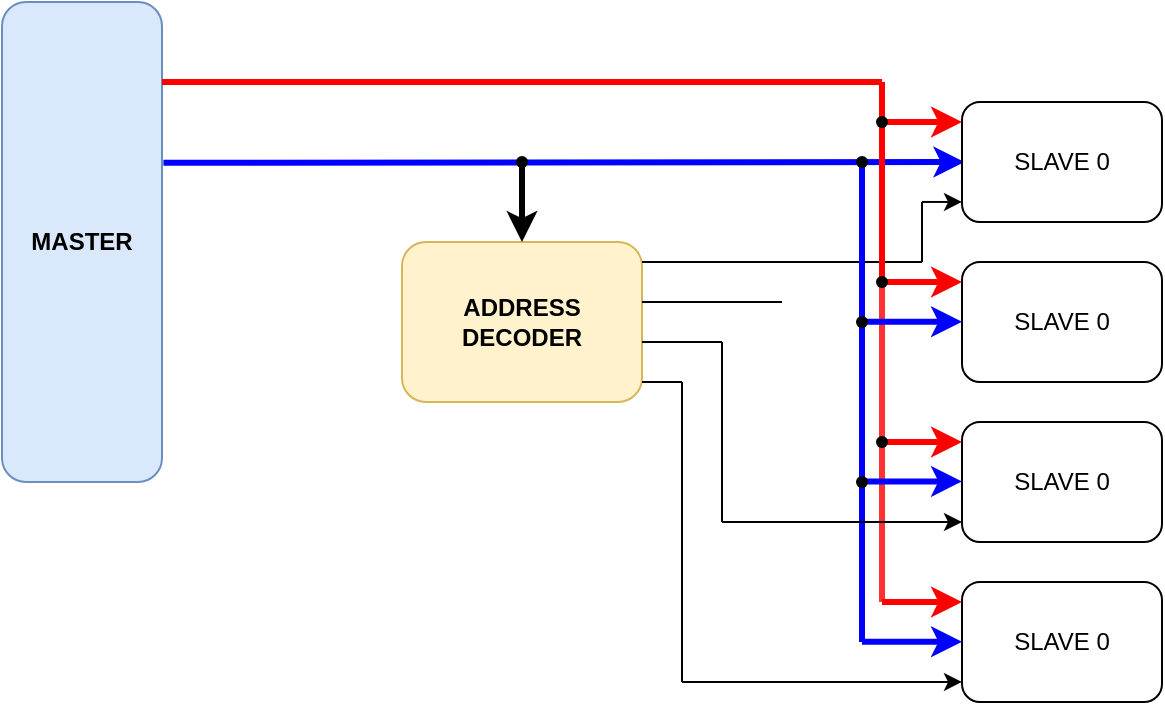
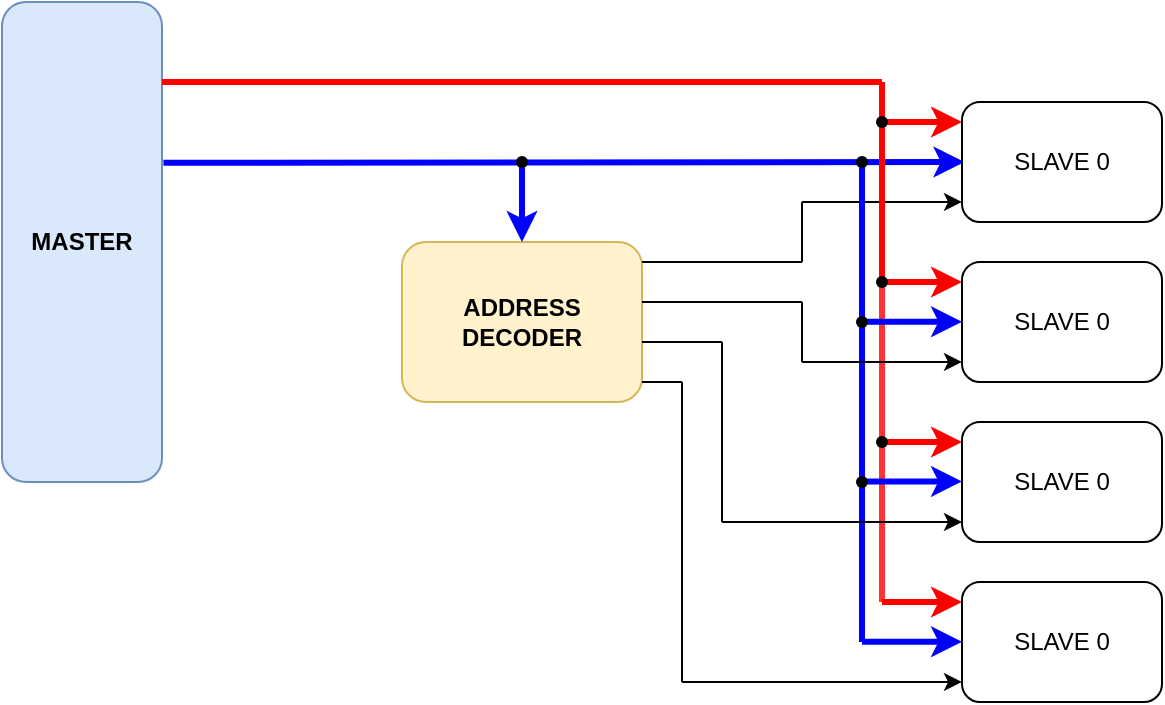
<mxfile host="app.diagrams.net" agent="Mozilla/5.0 (Windows NT 10.0; Win64; x64) AppleWebKit/537.36 (KHTML, like Gecko) Chrome/144.0.0.0 Safari/537.36 Edg/144.0.0.0" pages="4">
  <diagram id="00dOMP4ly3Yvcw6Omt_P" name="AHB Block Diagram">
-     <mxGraphModel dx="255" dy="368" grid="1" gridSize="10" guides="1" tooltips="1" connect="1" arrows="1" fold="1" page="1" pageScale="1" pageWidth="850" pageHeight="1100" math="0" shadow="0">
+     <mxGraphModel dx="364" dy="526" grid="1" gridSize="10" guides="1" tooltips="1" connect="1" arrows="1" fold="1" page="1" pageScale="1" pageWidth="850" pageHeight="1100" math="0" shadow="0">
      <root>
        <mxCell id="0" />
        <mxCell id="1" parent="0" />
        <mxCell id="WVtcaOnAu4kVJNJomXHp-1" parent="1" style="rounded=1;whiteSpace=wrap;html=1;fillColor=#dae8fc;strokeColor=#6c8ebf;" value="&lt;b&gt;MASTER&lt;/b&gt;" vertex="1">
          <mxGeometry height="240" width="80" x="80" y="160" as="geometry" />
        </mxCell>
        <mxCell id="WVtcaOnAu4kVJNJomXHp-3" parent="1" style="rounded=1;whiteSpace=wrap;html=1;fillColor=#fff2cc;strokeColor=#d6b656;" value="&lt;b&gt;ADDRESS DECODER&lt;/b&gt;" vertex="1">
          <mxGeometry height="80" width="120" x="280" y="280" as="geometry" />
        </mxCell>
        <mxCell id="WVtcaOnAu4kVJNJomXHp-4" edge="1" parent="1" source="WVtcaOnAu4kVJNJomXHp-1" style="endArrow=classic;html=1;rounded=0;exitX=1.009;exitY=0.335;exitDx=0;exitDy=0;exitPerimeter=0;strokeWidth=3;strokeColor=#0000FF;" value="">
          <mxGeometry height="50" relative="1" width="50" as="geometry">
            <mxPoint x="170" y="240" as="sourcePoint" />
            <mxPoint x="561.2" y="240" as="targetPoint" />
          </mxGeometry>
        </mxCell>
-         <mxCell id="WVtcaOnAu4kVJNJomXHp-5" edge="1" parent="1" source="WVtcaOnAu4kVJNJomXHp-6" style="endArrow=classic;html=1;rounded=0;entryX=0.5;entryY=0;entryDx=0;entryDy=0;strokeWidth=3;" target="WVtcaOnAu4kVJNJomXHp-3" value="">
+         <mxCell id="WVtcaOnAu4kVJNJomXHp-5" edge="1" parent="1" source="WVtcaOnAu4kVJNJomXHp-6" style="endArrow=classic;html=1;rounded=0;entryX=0.5;entryY=0;entryDx=0;entryDy=0;strokeWidth=3;strokeColor=#0000FF;" target="WVtcaOnAu4kVJNJomXHp-3" value="">
          <mxGeometry height="50" relative="1" width="50" as="geometry">
            <mxPoint x="340" y="240" as="sourcePoint" />
            <mxPoint x="390" y="190" as="targetPoint" />
          </mxGeometry>
        </mxCell>
        <mxCell id="WVtcaOnAu4kVJNJomXHp-6" parent="1" style="shape=waypoint;sketch=0;fillStyle=solid;size=6;pointerEvents=1;points=[];fillColor=none;resizable=0;rotatable=0;perimeter=centerPerimeter;snapToPoint=1;" value="" vertex="1">
          <mxGeometry height="20" width="20" x="330" y="230" as="geometry" />
        </mxCell>
        <mxCell id="WVtcaOnAu4kVJNJomXHp-7" parent="1" style="rounded=1;whiteSpace=wrap;html=1;" value="SLAVE 0" vertex="1">
          <mxGeometry height="60" width="100" x="560" y="210" as="geometry" />
        </mxCell>
        <mxCell id="WVtcaOnAu4kVJNJomXHp-8" parent="1" style="rounded=1;whiteSpace=wrap;html=1;" value="SLAVE 0" vertex="1">
          <mxGeometry height="60" width="100" x="560" y="290" as="geometry" />
        </mxCell>
        <mxCell id="WVtcaOnAu4kVJNJomXHp-9" parent="1" style="rounded=1;whiteSpace=wrap;html=1;" value="SLAVE 0" vertex="1">
          <mxGeometry height="60" width="100" x="560" y="370" as="geometry" />
        </mxCell>
        <mxCell id="WVtcaOnAu4kVJNJomXHp-10" parent="1" style="rounded=1;whiteSpace=wrap;html=1;" value="SLAVE 0" vertex="1">
          <mxGeometry height="60" width="100" x="560" y="450" as="geometry" />
        </mxCell>
        <mxCell id="WVtcaOnAu4kVJNJomXHp-11" edge="1" parent="1" source="WVtcaOnAu4kVJNJomXHp-3" style="endArrow=none;html=1;rounded=0;exitX=1;exitY=0.125;exitDx=0;exitDy=0;exitPerimeter=0;" value="">
          <mxGeometry height="50" relative="1" width="50" as="geometry">
            <mxPoint x="410" y="290" as="sourcePoint" />
-             <mxPoint x="540" y="290" as="targetPoint" />
+             <mxPoint x="480" y="290" as="targetPoint" />
          </mxGeometry>
        </mxCell>
        <mxCell id="WVtcaOnAu4kVJNJomXHp-12" edge="1" parent="1" style="endArrow=none;html=1;rounded=0;" value="">
          <mxGeometry height="50" relative="1" width="50" as="geometry">
-             <mxPoint x="540" y="290" as="sourcePoint" />
-             <mxPoint x="540" y="260" as="targetPoint" />
+             <mxPoint x="480" y="290" as="sourcePoint" />
+             <mxPoint x="480" y="260" as="targetPoint" />
          </mxGeometry>
        </mxCell>
        <mxCell id="WVtcaOnAu4kVJNJomXHp-13" edge="1" parent="1" style="endArrow=classic;html=1;rounded=0;entryX=0;entryY=0.833;entryDx=0;entryDy=0;entryPerimeter=0;" target="WVtcaOnAu4kVJNJomXHp-7" value="">
          <mxGeometry height="50" relative="1" width="50" as="geometry">
-             <mxPoint x="540" y="259.98" as="sourcePoint" />
+             <mxPoint x="480" y="260" as="sourcePoint" />
            <mxPoint x="540" y="260" as="targetPoint" />
          </mxGeometry>
        </mxCell>
        <mxCell id="WVtcaOnAu4kVJNJomXHp-18" edge="1" parent="1" style="endArrow=none;html=1;rounded=0;strokeWidth=3;strokeColor=#FF0000;" value="">
          <mxGeometry height="50" relative="1" width="50" as="geometry">
            <mxPoint x="160" y="200" as="sourcePoint" />
            <mxPoint x="520" y="200" as="targetPoint" />
          </mxGeometry>
        </mxCell>
        <mxCell id="WVtcaOnAu4kVJNJomXHp-19" edge="1" parent="1" source="WVtcaOnAu4kVJNJomXHp-25" style="endArrow=none;html=1;rounded=0;strokeWidth=3;strokeColor=#FF0000;" value="">
          <mxGeometry height="50" relative="1" width="50" as="geometry">
            <mxPoint x="520" y="380" as="sourcePoint" />
            <mxPoint x="520" y="200" as="targetPoint" />
          </mxGeometry>
        </mxCell>
        <mxCell id="WVtcaOnAu4kVJNJomXHp-20" edge="1" parent="1" style="endArrow=classic;html=1;rounded=0;entryX=0;entryY=0.167;entryDx=0;entryDy=0;entryPerimeter=0;strokeWidth=3;strokeColor=#FF0000;" target="WVtcaOnAu4kVJNJomXHp-7" value="">
          <mxGeometry height="50" relative="1" width="50" as="geometry">
            <mxPoint x="520" y="220" as="sourcePoint" />
            <mxPoint x="570" y="170" as="targetPoint" />
          </mxGeometry>
        </mxCell>
        <mxCell id="WVtcaOnAu4kVJNJomXHp-22" edge="1" parent="1" style="endArrow=classic;html=1;rounded=0;entryX=0;entryY=0.167;entryDx=0;entryDy=0;entryPerimeter=0;strokeWidth=3;strokeColor=#FF0000;" value="">
          <mxGeometry height="50" relative="1" width="50" as="geometry">
            <mxPoint x="520" y="300" as="sourcePoint" />
            <mxPoint x="560" y="300" as="targetPoint" />
          </mxGeometry>
        </mxCell>
        <mxCell id="WVtcaOnAu4kVJNJomXHp-23" parent="1" style="shape=waypoint;sketch=0;fillStyle=solid;size=6;pointerEvents=1;points=[];fillColor=none;resizable=0;rotatable=0;perimeter=centerPerimeter;snapToPoint=1;" value="" vertex="1">
          <mxGeometry height="20" width="20" x="510" y="210" as="geometry" />
        </mxCell>
        <mxCell id="WVtcaOnAu4kVJNJomXHp-24" edge="1" parent="1" style="endArrow=classic;html=1;rounded=0;entryX=0;entryY=0.167;entryDx=0;entryDy=0;entryPerimeter=0;strokeWidth=3;strokeColor=#FF0000;" value="">
          <mxGeometry height="50" relative="1" width="50" as="geometry">
            <mxPoint x="520" y="380" as="sourcePoint" />
            <mxPoint x="560" y="380" as="targetPoint" />
          </mxGeometry>
        </mxCell>
        <mxCell id="WVtcaOnAu4kVJNJomXHp-26" edge="1" parent="1" style="endArrow=none;html=1;rounded=0;strokeWidth=3;strokeColor=#FF3333;" target="WVtcaOnAu4kVJNJomXHp-25" value="">
          <mxGeometry height="50" relative="1" width="50" as="geometry">
            <mxPoint x="520" y="460" as="sourcePoint" />
            <mxPoint x="520" y="200" as="targetPoint" />
          </mxGeometry>
        </mxCell>
        <mxCell id="WVtcaOnAu4kVJNJomXHp-25" parent="1" style="shape=waypoint;sketch=0;fillStyle=solid;size=6;pointerEvents=1;points=[];fillColor=none;resizable=0;rotatable=0;perimeter=centerPerimeter;snapToPoint=1;" value="" vertex="1">
          <mxGeometry height="20" width="20" x="510" y="290" as="geometry" />
        </mxCell>
        <mxCell id="WVtcaOnAu4kVJNJomXHp-27" edge="1" parent="1" style="endArrow=none;html=1;rounded=0;strokeWidth=3;strokeColor=#0000FF;" target="WVtcaOnAu4kVJNJomXHp-30" value="">
          <mxGeometry height="50" relative="1" width="50" as="geometry">
            <mxPoint x="510" y="480" as="sourcePoint" />
            <mxPoint x="510" y="240" as="targetPoint" />
          </mxGeometry>
        </mxCell>
        <mxCell id="WVtcaOnAu4kVJNJomXHp-28" edge="1" parent="1" style="endArrow=classic;html=1;rounded=0;entryX=0;entryY=0.167;entryDx=0;entryDy=0;entryPerimeter=0;strokeWidth=3;strokeColor=#0000FF;" value="">
          <mxGeometry height="50" relative="1" width="50" as="geometry">
            <mxPoint x="510" y="399.72" as="sourcePoint" />
            <mxPoint x="560" y="399.72" as="targetPoint" />
          </mxGeometry>
        </mxCell>
        <mxCell id="WVtcaOnAu4kVJNJomXHp-29" edge="1" parent="1" style="endArrow=classic;html=1;rounded=0;entryX=0;entryY=0.167;entryDx=0;entryDy=0;entryPerimeter=0;strokeWidth=3;strokeColor=#0000FF;" value="">
          <mxGeometry height="50" relative="1" width="50" as="geometry">
            <mxPoint x="510" y="319.86" as="sourcePoint" />
            <mxPoint x="560" y="319.86" as="targetPoint" />
          </mxGeometry>
        </mxCell>
        <mxCell id="WVtcaOnAu4kVJNJomXHp-30" parent="1" style="shape=waypoint;sketch=0;fillStyle=solid;size=6;pointerEvents=1;points=[];fillColor=none;resizable=0;rotatable=0;perimeter=centerPerimeter;snapToPoint=1;" value="" vertex="1">
          <mxGeometry height="20" width="20" x="500.0000000000001" y="230" as="geometry" />
        </mxCell>
        <mxCell id="WVtcaOnAu4kVJNJomXHp-31" parent="1" style="shape=waypoint;sketch=0;fillStyle=solid;size=6;pointerEvents=1;points=[];fillColor=none;resizable=0;rotatable=0;perimeter=centerPerimeter;snapToPoint=1;" value="" vertex="1">
          <mxGeometry height="20" width="20" x="500" y="310" as="geometry" />
        </mxCell>
        <mxCell id="WVtcaOnAu4kVJNJomXHp-32" edge="1" parent="1" style="endArrow=classic;html=1;rounded=0;entryX=0;entryY=0.167;entryDx=0;entryDy=0;entryPerimeter=0;strokeWidth=3;strokeColor=#FF0000;" value="">
          <mxGeometry height="50" relative="1" width="50" as="geometry">
            <mxPoint x="520" y="460" as="sourcePoint" />
            <mxPoint x="560" y="460" as="targetPoint" />
          </mxGeometry>
        </mxCell>
        <mxCell id="WVtcaOnAu4kVJNJomXHp-33" edge="1" parent="1" style="endArrow=classic;html=1;rounded=0;entryX=0;entryY=0.167;entryDx=0;entryDy=0;entryPerimeter=0;strokeWidth=3;strokeColor=#0000FF;" value="">
          <mxGeometry height="50" relative="1" width="50" as="geometry">
            <mxPoint x="510" y="479.88" as="sourcePoint" />
            <mxPoint x="560" y="479.88" as="targetPoint" />
          </mxGeometry>
        </mxCell>
        <mxCell id="WVtcaOnAu4kVJNJomXHp-34" parent="1" style="shape=waypoint;sketch=0;fillStyle=solid;size=6;pointerEvents=1;points=[];fillColor=none;resizable=0;rotatable=0;perimeter=centerPerimeter;snapToPoint=1;" value="" vertex="1">
          <mxGeometry height="20" width="20" x="510" y="370" as="geometry" />
        </mxCell>
        <mxCell id="WVtcaOnAu4kVJNJomXHp-35" parent="1" style="shape=waypoint;sketch=0;fillStyle=solid;size=6;pointerEvents=1;points=[];fillColor=none;resizable=0;rotatable=0;perimeter=centerPerimeter;snapToPoint=1;" value="" vertex="1">
          <mxGeometry height="20" width="20" x="500" y="390" as="geometry" />
        </mxCell>
        <mxCell id="WVtcaOnAu4kVJNJomXHp-38" edge="1" parent="1" style="endArrow=none;html=1;rounded=0;" value="">
          <mxGeometry height="50" relative="1" width="50" as="geometry">
            <mxPoint x="400" y="310" as="sourcePoint" />
-             <mxPoint x="470" y="310" as="targetPoint" />
+             <mxPoint x="480" y="310" as="targetPoint" />
          </mxGeometry>
        </mxCell>
        <mxCell id="WVtcaOnAu4kVJNJomXHp-39" edge="1" parent="1" style="endArrow=none;html=1;rounded=0;" value="">
          <mxGeometry height="50" relative="1" width="50" as="geometry">
            <mxPoint x="400" y="330" as="sourcePoint" />
            <mxPoint x="440" y="330" as="targetPoint" />
          </mxGeometry>
        </mxCell>
        <mxCell id="WVtcaOnAu4kVJNJomXHp-40" edge="1" parent="1" style="endArrow=none;html=1;rounded=0;" value="">
          <mxGeometry height="50" relative="1" width="50" as="geometry">
            <mxPoint x="400" y="350" as="sourcePoint" />
            <mxPoint x="420" y="350" as="targetPoint" />
          </mxGeometry>
        </mxCell>
        <mxCell id="WVtcaOnAu4kVJNJomXHp-41" edge="1" parent="1" style="endArrow=none;html=1;rounded=0;" value="">
          <mxGeometry height="50" relative="1" width="50" as="geometry">
            <mxPoint x="420" y="500" as="sourcePoint" />
            <mxPoint x="420" y="350" as="targetPoint" />
          </mxGeometry>
        </mxCell>
        <mxCell id="WVtcaOnAu4kVJNJomXHp-42" edge="1" parent="1" style="endArrow=classic;html=1;rounded=0;entryX=0;entryY=0.833;entryDx=0;entryDy=0;entryPerimeter=0;" target="WVtcaOnAu4kVJNJomXHp-10" value="">
          <mxGeometry height="50" relative="1" width="50" as="geometry">
            <mxPoint x="420" y="500" as="sourcePoint" />
            <mxPoint x="470" y="450" as="targetPoint" />
          </mxGeometry>
        </mxCell>
        <mxCell id="WVtcaOnAu4kVJNJomXHp-43" edge="1" parent="1" style="endArrow=none;html=1;rounded=0;" value="">
          <mxGeometry height="50" relative="1" width="50" as="geometry">
            <mxPoint x="440" y="420" as="sourcePoint" />
            <mxPoint x="440" y="330" as="targetPoint" />
          </mxGeometry>
        </mxCell>
        <mxCell id="WVtcaOnAu4kVJNJomXHp-44" edge="1" parent="1" style="endArrow=classic;html=1;rounded=0;entryX=0;entryY=0.833;entryDx=0;entryDy=0;entryPerimeter=0;" value="">
          <mxGeometry height="50" relative="1" width="50" as="geometry">
            <mxPoint x="440" y="420" as="sourcePoint" />
            <mxPoint x="560" y="420" as="targetPoint" />
+           </mxGeometry>
+         </mxCell>
+         <mxCell id="WVtcaOnAu4kVJNJomXHp-45" edge="1" parent="1" style="endArrow=none;html=1;rounded=0;" value="">
+           <mxGeometry height="50" relative="1" width="50" as="geometry">
+             <mxPoint x="480" y="340" as="sourcePoint" />
+             <mxPoint x="480" y="310" as="targetPoint" />
+           </mxGeometry>
+         </mxCell>
+         <mxCell id="WVtcaOnAu4kVJNJomXHp-46" edge="1" parent="1" style="endArrow=classic;html=1;rounded=0;entryX=0;entryY=0.833;entryDx=0;entryDy=0;entryPerimeter=0;" target="WVtcaOnAu4kVJNJomXHp-8" value="">
+           <mxGeometry height="50" relative="1" width="50" as="geometry">
+             <mxPoint x="480" y="340" as="sourcePoint" />
+             <mxPoint x="550" y="340" as="targetPoint" />
          </mxGeometry>
        </mxCell>
      </root>
    </mxGraphModel>
  </diagram>
  <diagram name="AHB Interface" id="AxdGKtdG9Rmgfqjtrl1U">
    <mxGraphModel dx="2046" dy="1106" grid="1" gridSize="10" guides="1" tooltips="1" connect="1" arrows="1" fold="1" page="1" pageScale="1" pageWidth="850" pageHeight="1100" math="0" shadow="0">
      <root>
        <mxCell id="0" />
        <mxCell id="1" parent="0" />
        <mxCell id="BZ9neWvH9tw47nREzwFn-1" parent="1" style="rounded=0;whiteSpace=wrap;html=1;" value="&lt;font style=&quot;font-size: 16px;&quot;&gt;&lt;b&gt;Manager&lt;/b&gt;&lt;/font&gt;" vertex="1">
          <mxGeometry height="200" width="120" x="400" y="80" as="geometry" />
        </mxCell>
        <mxCell id="BZ9neWvH9tw47nREzwFn-2" edge="1" parent="1" style="endArrow=classic;html=1;rounded=0;" value="">
          <mxGeometry height="50" relative="1" width="50" as="geometry">
            <mxPoint x="360" y="100" as="sourcePoint" />
            <mxPoint x="400" y="100" as="targetPoint" />
          </mxGeometry>
        </mxCell>
        <mxCell id="BZ9neWvH9tw47nREzwFn-3" edge="1" parent="1" style="endArrow=classic;html=1;rounded=0;" value="">
          <mxGeometry height="50" relative="1" width="50" as="geometry">
            <mxPoint x="360" y="120" as="sourcePoint" />
            <mxPoint x="400" y="120" as="targetPoint" />
          </mxGeometry>
        </mxCell>
        <mxCell id="BZ9neWvH9tw47nREzwFn-4" parent="1" style="text;html=1;whiteSpace=wrap;strokeColor=none;fillColor=none;align=center;verticalAlign=middle;rounded=0;fontStyle=1" value="HCLK" vertex="1">
          <mxGeometry height="20" width="40" x="320" y="90" as="geometry" />
        </mxCell>
        <mxCell id="BZ9neWvH9tw47nREzwFn-5" parent="1" style="text;html=1;whiteSpace=wrap;strokeColor=none;fillColor=none;align=center;verticalAlign=middle;rounded=0;fontStyle=1" value="HRESETn" vertex="1">
          <mxGeometry height="20" width="60" x="300" y="110" as="geometry" />
        </mxCell>
        <mxCell id="BZ9neWvH9tw47nREzwFn-6" parent="1" style="text;html=1;whiteSpace=wrap;strokeColor=none;fillColor=none;align=center;verticalAlign=middle;rounded=0;fontStyle=1" value="HREADY" vertex="1">
          <mxGeometry height="20" width="60" x="300" y="150" as="geometry" />
        </mxCell>
        <mxCell id="BZ9neWvH9tw47nREzwFn-7" edge="1" parent="1" style="endArrow=classic;html=1;rounded=0;" value="">
          <mxGeometry height="50" relative="1" width="50" as="geometry">
            <mxPoint x="360" y="160" as="sourcePoint" />
            <mxPoint x="400" y="160" as="targetPoint" />
          </mxGeometry>
        </mxCell>
        <mxCell id="BZ9neWvH9tw47nREzwFn-8" edge="1" parent="1" style="endArrow=classic;html=1;rounded=0;" value="">
          <mxGeometry height="50" relative="1" width="50" as="geometry">
            <mxPoint x="360" y="180" as="sourcePoint" />
            <mxPoint x="400" y="180" as="targetPoint" />
          </mxGeometry>
        </mxCell>
        <mxCell id="BZ9neWvH9tw47nREzwFn-9" parent="1" style="text;html=1;whiteSpace=wrap;strokeColor=none;fillColor=none;align=center;verticalAlign=middle;rounded=0;fontStyle=1" value="HSELx" vertex="1">
          <mxGeometry height="20" width="60" x="310" y="430" as="geometry" />
        </mxCell>
        <mxCell id="BZ9neWvH9tw47nREzwFn-10" edge="1" parent="1" style="endArrow=classic;html=1;rounded=0;" value="">
          <mxGeometry height="50" relative="1" width="50" as="geometry">
            <mxPoint x="360" y="260" as="sourcePoint" />
            <mxPoint x="400" y="260" as="targetPoint" />
          </mxGeometry>
        </mxCell>
        <mxCell id="BZ9neWvH9tw47nREzwFn-11" parent="1" style="text;html=1;whiteSpace=wrap;strokeColor=none;fillColor=none;align=center;verticalAlign=middle;rounded=0;fontStyle=1" value="HRDATA[31:0]" vertex="1">
          <mxGeometry height="20" width="90" x="270" y="250" as="geometry" />
        </mxCell>
        <mxCell id="BZ9neWvH9tw47nREzwFn-12" edge="1" parent="1" style="endArrow=classic;html=1;rounded=0;" value="">
          <mxGeometry height="50" relative="1" width="50" as="geometry">
            <mxPoint x="520" y="99.83" as="sourcePoint" />
            <mxPoint x="560" y="99.83" as="targetPoint" />
          </mxGeometry>
        </mxCell>
        <mxCell id="BZ9neWvH9tw47nREzwFn-13" edge="1" parent="1" style="endArrow=classic;html=1;rounded=0;" value="">
          <mxGeometry height="50" relative="1" width="50" as="geometry">
            <mxPoint x="520" y="119.83" as="sourcePoint" />
            <mxPoint x="560" y="119.83" as="targetPoint" />
          </mxGeometry>
        </mxCell>
        <mxCell id="BZ9neWvH9tw47nREzwFn-14" edge="1" parent="1" style="endArrow=classic;html=1;rounded=0;" value="">
          <mxGeometry height="50" relative="1" width="50" as="geometry">
            <mxPoint x="520" y="159.83" as="sourcePoint" />
            <mxPoint x="560" y="159.83" as="targetPoint" />
          </mxGeometry>
        </mxCell>
        <mxCell id="BZ9neWvH9tw47nREzwFn-15" edge="1" parent="1" style="endArrow=classic;html=1;rounded=0;" value="">
          <mxGeometry height="50" relative="1" width="50" as="geometry">
            <mxPoint x="520" y="140" as="sourcePoint" />
            <mxPoint x="560" y="140" as="targetPoint" />
          </mxGeometry>
        </mxCell>
        <mxCell id="BZ9neWvH9tw47nREzwFn-16" edge="1" parent="1" style="endArrow=classic;html=1;rounded=0;" value="">
          <mxGeometry height="50" relative="1" width="50" as="geometry">
            <mxPoint x="520" y="179.83" as="sourcePoint" />
            <mxPoint x="560" y="179.83" as="targetPoint" />
          </mxGeometry>
        </mxCell>
        <mxCell id="BZ9neWvH9tw47nREzwFn-17" edge="1" parent="1" style="endArrow=classic;html=1;rounded=0;" value="">
          <mxGeometry height="50" relative="1" width="50" as="geometry">
            <mxPoint x="520" y="200" as="sourcePoint" />
            <mxPoint x="560" y="200" as="targetPoint" />
          </mxGeometry>
        </mxCell>
        <mxCell id="BZ9neWvH9tw47nREzwFn-18" parent="1" style="text;html=1;whiteSpace=wrap;strokeColor=none;fillColor=none;align=center;verticalAlign=middle;rounded=0;fontStyle=1" value="HADDR[31:0]" vertex="1">
          <mxGeometry height="20" width="80" x="560" y="90" as="geometry" />
        </mxCell>
        <mxCell id="BZ9neWvH9tw47nREzwFn-19" parent="1" style="text;html=1;whiteSpace=wrap;strokeColor=none;fillColor=none;align=center;verticalAlign=middle;rounded=0;fontStyle=1" value="HWRITE" vertex="1">
          <mxGeometry height="20" width="60" x="560" y="110" as="geometry" />
        </mxCell>
        <mxCell id="BZ9neWvH9tw47nREzwFn-20" parent="1" style="text;html=1;whiteSpace=wrap;strokeColor=none;fillColor=none;align=center;verticalAlign=middle;rounded=0;fontStyle=1" value="HSIZE[2:0]" vertex="1">
          <mxGeometry height="20" width="70" x="560" y="130" as="geometry" />
        </mxCell>
        <mxCell id="BZ9neWvH9tw47nREzwFn-21" parent="1" style="text;html=1;whiteSpace=wrap;strokeColor=none;fillColor=none;align=center;verticalAlign=middle;rounded=0;fontStyle=1" value="HBURST[2:0]" vertex="1">
          <mxGeometry height="20" width="80" x="560" y="150" as="geometry" />
        </mxCell>
        <mxCell id="BZ9neWvH9tw47nREzwFn-22" parent="1" style="text;html=1;whiteSpace=wrap;strokeColor=none;fillColor=none;align=center;verticalAlign=middle;rounded=0;fontStyle=1" value="HPROT[3:0]" vertex="1">
          <mxGeometry height="20" width="80" x="560" y="170" as="geometry" />
        </mxCell>
        <mxCell id="BZ9neWvH9tw47nREzwFn-23" parent="1" style="text;html=1;whiteSpace=wrap;strokeColor=none;fillColor=none;align=center;verticalAlign=middle;rounded=0;fontStyle=1" value="HTRANS[1:0]" vertex="1">
          <mxGeometry height="20" width="80" x="560" y="190" as="geometry" />
        </mxCell>
        <mxCell id="BZ9neWvH9tw47nREzwFn-24" edge="1" parent="1" style="endArrow=classic;html=1;rounded=0;" value="">
          <mxGeometry height="50" relative="1" width="50" as="geometry">
            <mxPoint x="520" y="220" as="sourcePoint" />
            <mxPoint x="560" y="220" as="targetPoint" />
          </mxGeometry>
        </mxCell>
        <mxCell id="BZ9neWvH9tw47nREzwFn-25" parent="1" style="text;html=1;whiteSpace=wrap;strokeColor=none;fillColor=none;align=center;verticalAlign=middle;rounded=0;fontStyle=1" value="HMASTLOCK" vertex="1">
          <mxGeometry height="20" width="80" x="560" y="210" as="geometry" />
        </mxCell>
        <mxCell id="BZ9neWvH9tw47nREzwFn-26" edge="1" parent="1" style="endArrow=classic;html=1;rounded=0;" value="">
          <mxGeometry height="50" relative="1" width="50" as="geometry">
            <mxPoint x="520" y="259.8" as="sourcePoint" />
            <mxPoint x="560" y="259.8" as="targetPoint" />
          </mxGeometry>
        </mxCell>
        <mxCell id="BZ9neWvH9tw47nREzwFn-30" parent="1" style="text;html=1;whiteSpace=wrap;strokeColor=none;fillColor=none;align=center;verticalAlign=middle;rounded=0;fontStyle=1" value="HWDATA[31:0]" vertex="1">
          <mxGeometry height="20" width="95" x="555" y="250" as="geometry" />
        </mxCell>
        <mxCell id="BZ9neWvH9tw47nREzwFn-31" parent="1" style="rounded=0;whiteSpace=wrap;html=1;" value="&lt;font style=&quot;font-size: 16px;&quot;&gt;&lt;b&gt;Slave&lt;/b&gt;&lt;/font&gt;" vertex="1">
          <mxGeometry height="320" width="120" x="400" y="360" as="geometry" />
        </mxCell>
        <mxCell id="BZ9neWvH9tw47nREzwFn-32" edge="1" parent="1" style="endArrow=classic;html=1;rounded=0;" value="">
          <mxGeometry height="50" relative="1" width="50" as="geometry">
            <mxPoint x="360" y="489.83" as="sourcePoint" />
            <mxPoint x="400" y="489.83" as="targetPoint" />
          </mxGeometry>
        </mxCell>
        <mxCell id="BZ9neWvH9tw47nREzwFn-33" edge="1" parent="1" style="endArrow=classic;html=1;rounded=0;" value="">
          <mxGeometry height="50" relative="1" width="50" as="geometry">
            <mxPoint x="360" y="509.83" as="sourcePoint" />
            <mxPoint x="400" y="509.83" as="targetPoint" />
          </mxGeometry>
        </mxCell>
        <mxCell id="BZ9neWvH9tw47nREzwFn-34" edge="1" parent="1" style="endArrow=classic;html=1;rounded=0;" value="">
          <mxGeometry height="50" relative="1" width="50" as="geometry">
            <mxPoint x="360" y="549.83" as="sourcePoint" />
            <mxPoint x="400" y="549.83" as="targetPoint" />
          </mxGeometry>
        </mxCell>
        <mxCell id="BZ9neWvH9tw47nREzwFn-35" edge="1" parent="1" style="endArrow=classic;html=1;rounded=0;" value="">
          <mxGeometry height="50" relative="1" width="50" as="geometry">
            <mxPoint x="360" y="530" as="sourcePoint" />
            <mxPoint x="400" y="530" as="targetPoint" />
          </mxGeometry>
        </mxCell>
        <mxCell id="BZ9neWvH9tw47nREzwFn-36" edge="1" parent="1" style="endArrow=classic;html=1;rounded=0;" value="">
          <mxGeometry height="50" relative="1" width="50" as="geometry">
            <mxPoint x="360" y="569.83" as="sourcePoint" />
            <mxPoint x="400" y="569.83" as="targetPoint" />
          </mxGeometry>
        </mxCell>
        <mxCell id="BZ9neWvH9tw47nREzwFn-37" edge="1" parent="1" style="endArrow=classic;html=1;rounded=0;" value="">
          <mxGeometry height="50" relative="1" width="50" as="geometry">
            <mxPoint x="360" y="590" as="sourcePoint" />
            <mxPoint x="400" y="590" as="targetPoint" />
          </mxGeometry>
        </mxCell>
        <mxCell id="BZ9neWvH9tw47nREzwFn-38" parent="1" style="text;html=1;whiteSpace=wrap;strokeColor=none;fillColor=none;align=center;verticalAlign=middle;rounded=0;fontStyle=1" value="HADDR[31:0]" vertex="1">
          <mxGeometry height="20" width="80" x="275" y="480" as="geometry" />
        </mxCell>
        <mxCell id="BZ9neWvH9tw47nREzwFn-39" parent="1" style="text;html=1;whiteSpace=wrap;strokeColor=none;fillColor=none;align=center;verticalAlign=middle;rounded=0;fontStyle=1" value="HWRITE" vertex="1">
          <mxGeometry height="20" width="60" x="275" y="500" as="geometry" />
        </mxCell>
        <mxCell id="BZ9neWvH9tw47nREzwFn-40" parent="1" style="text;html=1;whiteSpace=wrap;strokeColor=none;fillColor=none;align=center;verticalAlign=middle;rounded=0;fontStyle=1" value="HSIZE[2:0]" vertex="1">
          <mxGeometry height="20" width="70" x="275" y="520" as="geometry" />
        </mxCell>
        <mxCell id="BZ9neWvH9tw47nREzwFn-41" parent="1" style="text;html=1;whiteSpace=wrap;strokeColor=none;fillColor=none;align=center;verticalAlign=middle;rounded=0;fontStyle=1" value="HBURST[2:0]" vertex="1">
          <mxGeometry height="20" width="80" x="275" y="540" as="geometry" />
        </mxCell>
        <mxCell id="BZ9neWvH9tw47nREzwFn-42" parent="1" style="text;html=1;whiteSpace=wrap;strokeColor=none;fillColor=none;align=center;verticalAlign=middle;rounded=0;fontStyle=1" value="HPROT[3:0]" vertex="1">
          <mxGeometry height="20" width="80" x="275" y="560" as="geometry" />
        </mxCell>
        <mxCell id="BZ9neWvH9tw47nREzwFn-43" parent="1" style="text;html=1;whiteSpace=wrap;strokeColor=none;fillColor=none;align=center;verticalAlign=middle;rounded=0;fontStyle=1" value="HTRANS[1:0]" vertex="1">
          <mxGeometry height="20" width="80" x="275" y="580" as="geometry" />
        </mxCell>
        <mxCell id="BZ9neWvH9tw47nREzwFn-44" edge="1" parent="1" style="endArrow=classic;html=1;rounded=0;" value="">
          <mxGeometry height="50" relative="1" width="50" as="geometry">
            <mxPoint x="360" y="610" as="sourcePoint" />
            <mxPoint x="400" y="610" as="targetPoint" />
          </mxGeometry>
        </mxCell>
        <mxCell id="BZ9neWvH9tw47nREzwFn-45" parent="1" style="text;html=1;whiteSpace=wrap;strokeColor=none;fillColor=none;align=center;verticalAlign=middle;rounded=0;fontStyle=1" value="HMASTLOCK" vertex="1">
          <mxGeometry height="20" width="80" x="275" y="600" as="geometry" />
        </mxCell>
        <mxCell id="BZ9neWvH9tw47nREzwFn-46" edge="1" parent="1" style="endArrow=classic;html=1;rounded=0;" value="">
          <mxGeometry height="50" relative="1" width="50" as="geometry">
            <mxPoint x="360" y="649.8" as="sourcePoint" />
            <mxPoint x="400" y="649.8" as="targetPoint" />
          </mxGeometry>
        </mxCell>
        <mxCell id="BZ9neWvH9tw47nREzwFn-47" parent="1" style="text;html=1;whiteSpace=wrap;strokeColor=none;fillColor=none;align=center;verticalAlign=middle;rounded=0;fontStyle=1" value="HWDATA[31:0]" vertex="1">
          <mxGeometry height="20" width="95" x="270" y="640" as="geometry" />
        </mxCell>
        <mxCell id="BZ9neWvH9tw47nREzwFn-49" edge="1" parent="1" style="endArrow=classic;html=1;rounded=0;" value="">
          <mxGeometry height="50" relative="1" width="50" as="geometry">
            <mxPoint x="360" y="380" as="sourcePoint" />
            <mxPoint x="400" y="380" as="targetPoint" />
          </mxGeometry>
        </mxCell>
        <mxCell id="BZ9neWvH9tw47nREzwFn-50" edge="1" parent="1" style="endArrow=classic;html=1;rounded=0;" value="">
          <mxGeometry height="50" relative="1" width="50" as="geometry">
            <mxPoint x="360" y="400" as="sourcePoint" />
            <mxPoint x="400" y="400" as="targetPoint" />
          </mxGeometry>
        </mxCell>
        <mxCell id="BZ9neWvH9tw47nREzwFn-51" edge="1" parent="1" style="endArrow=classic;html=1;rounded=0;" value="">
          <mxGeometry height="50" relative="1" width="50" as="geometry">
            <mxPoint x="360" y="440" as="sourcePoint" />
            <mxPoint x="400" y="440" as="targetPoint" />
          </mxGeometry>
        </mxCell>
        <mxCell id="BZ9neWvH9tw47nREzwFn-52" parent="1" style="text;html=1;whiteSpace=wrap;strokeColor=none;fillColor=none;align=center;verticalAlign=middle;rounded=0;fontStyle=1" value="HCLK" vertex="1">
          <mxGeometry height="20" width="40" x="320" y="370" as="geometry" />
        </mxCell>
        <mxCell id="BZ9neWvH9tw47nREzwFn-53" parent="1" style="text;html=1;whiteSpace=wrap;strokeColor=none;fillColor=none;align=center;verticalAlign=middle;rounded=0;fontStyle=1" value="HRESETn" vertex="1">
          <mxGeometry height="20" width="60" x="300" y="390" as="geometry" />
        </mxCell>
        <mxCell id="BZ9neWvH9tw47nREzwFn-54" parent="1" style="shape=curlyBracket;whiteSpace=wrap;html=1;rounded=1;labelPosition=left;verticalLabelPosition=middle;align=right;verticalAlign=middle;" value="" vertex="1">
          <mxGeometry height="35" width="20" x="230" y="90" as="geometry" />
        </mxCell>
        <mxCell id="BZ9neWvH9tw47nREzwFn-55" parent="1" style="text;html=1;whiteSpace=wrap;strokeColor=none;fillColor=none;align=center;verticalAlign=middle;rounded=0;fontStyle=1" value="HRESP" vertex="1">
          <mxGeometry height="20" width="60" x="300" y="170" as="geometry" />
        </mxCell>
        <mxCell id="BZ9neWvH9tw47nREzwFn-56" parent="1" style="shape=curlyBracket;whiteSpace=wrap;html=1;rounded=1;labelPosition=left;verticalLabelPosition=middle;align=right;verticalAlign=middle;" value="" vertex="1">
          <mxGeometry height="140" width="20" x="230" y="480" as="geometry" />
        </mxCell>
        <mxCell id="BZ9neWvH9tw47nREzwFn-57" parent="1" style="shape=curlyBracket;whiteSpace=wrap;html=1;rounded=1;labelPosition=left;verticalLabelPosition=middle;align=right;verticalAlign=middle;rotation=-180;" value="" vertex="1">
          <mxGeometry height="135" width="20" x="650" y="90" as="geometry" />
        </mxCell>
        <mxCell id="BZ9neWvH9tw47nREzwFn-58" parent="1" style="text;html=1;whiteSpace=wrap;strokeColor=none;fillColor=none;align=center;verticalAlign=middle;rounded=0;fontStyle=1" value="&lt;span style=&quot;font-weight: normal;&quot;&gt;Global signals&lt;/span&gt;" vertex="1">
          <mxGeometry height="20" width="90" x="140" y="97.5" as="geometry" />
        </mxCell>
        <mxCell id="BZ9neWvH9tw47nREzwFn-59" parent="1" style="text;html=1;whiteSpace=wrap;strokeColor=none;fillColor=none;align=center;verticalAlign=middle;rounded=0;fontStyle=1" value="&lt;span style=&quot;font-weight: normal;&quot;&gt;Transfer response&lt;/span&gt;" vertex="1">
          <mxGeometry height="20" width="60" x="170" y="157.5" as="geometry" />
        </mxCell>
        <mxCell id="BZ9neWvH9tw47nREzwFn-60" parent="1" style="text;html=1;whiteSpace=wrap;strokeColor=none;fillColor=none;align=center;verticalAlign=middle;rounded=0;fontStyle=1" value="&lt;span style=&quot;font-weight: normal;&quot;&gt;Data&lt;/span&gt;" vertex="1">
          <mxGeometry height="20" width="60" x="170" y="250" as="geometry" />
        </mxCell>
        <mxCell id="BZ9neWvH9tw47nREzwFn-61" parent="1" style="text;html=1;whiteSpace=wrap;strokeColor=none;fillColor=none;align=center;verticalAlign=middle;rounded=0;fontStyle=1" value="&lt;span style=&quot;font-weight: normal;&quot;&gt;Address and control signals&lt;/span&gt;" vertex="1">
          <mxGeometry height="37.5" width="90" x="670" y="140" as="geometry" />
        </mxCell>
        <mxCell id="BZ9neWvH9tw47nREzwFn-62" parent="1" style="shape=curlyBracket;whiteSpace=wrap;html=1;rounded=1;labelPosition=left;verticalLabelPosition=middle;align=right;verticalAlign=middle;" value="" vertex="1">
          <mxGeometry height="35" width="20" x="230" y="150" as="geometry" />
        </mxCell>
        <mxCell id="BZ9neWvH9tw47nREzwFn-63" parent="1" style="text;html=1;whiteSpace=wrap;strokeColor=none;fillColor=none;align=center;verticalAlign=middle;rounded=0;fontStyle=1" value="&lt;span style=&quot;font-weight: normal;&quot;&gt;Address and control signals&lt;/span&gt;" vertex="1">
          <mxGeometry height="37.5" width="90" x="140" y="531" as="geometry" />
        </mxCell>
        <mxCell id="BZ9neWvH9tw47nREzwFn-64" parent="1" style="shape=curlyBracket;whiteSpace=wrap;html=1;rounded=1;labelPosition=left;verticalLabelPosition=middle;align=right;verticalAlign=middle;" value="" vertex="1">
          <mxGeometry height="35" width="20" x="230" y="375" as="geometry" />
        </mxCell>
        <mxCell id="BZ9neWvH9tw47nREzwFn-65" parent="1" style="text;html=1;whiteSpace=wrap;strokeColor=none;fillColor=none;align=center;verticalAlign=middle;rounded=0;fontStyle=1" value="&lt;span style=&quot;font-weight: normal;&quot;&gt;Global signals&lt;/span&gt;" vertex="1">
          <mxGeometry height="20" width="90" x="140" y="382.5" as="geometry" />
        </mxCell>
        <mxCell id="BZ9neWvH9tw47nREzwFn-66" parent="1" style="text;html=1;whiteSpace=wrap;strokeColor=none;fillColor=none;align=center;verticalAlign=middle;rounded=0;fontStyle=1" value="&lt;span style=&quot;font-weight: normal;&quot;&gt;Data&lt;/span&gt;" vertex="1">
          <mxGeometry height="20" width="60" x="670" y="250" as="geometry" />
        </mxCell>
        <mxCell id="BZ9neWvH9tw47nREzwFn-67" edge="1" parent="1" style="endArrow=classic;html=1;rounded=0;" value="">
          <mxGeometry height="50" relative="1" width="50" as="geometry">
            <mxPoint x="520" y="490" as="sourcePoint" />
            <mxPoint x="560" y="490" as="targetPoint" />
          </mxGeometry>
        </mxCell>
        <mxCell id="BZ9neWvH9tw47nREzwFn-68" edge="1" parent="1" style="endArrow=classic;html=1;rounded=0;" value="">
          <mxGeometry height="50" relative="1" width="50" as="geometry">
            <mxPoint x="520" y="510" as="sourcePoint" />
            <mxPoint x="560" y="510" as="targetPoint" />
          </mxGeometry>
        </mxCell>
        <mxCell id="BZ9neWvH9tw47nREzwFn-69" parent="1" style="text;html=1;whiteSpace=wrap;strokeColor=none;fillColor=none;align=center;verticalAlign=middle;rounded=0;fontStyle=1" value="HREADY" vertex="1">
          <mxGeometry height="20" width="60" x="560" y="480" as="geometry" />
        </mxCell>
        <mxCell id="BZ9neWvH9tw47nREzwFn-70" parent="1" style="text;html=1;whiteSpace=wrap;strokeColor=none;fillColor=none;align=center;verticalAlign=middle;rounded=0;fontStyle=1" value="HRESP" vertex="1">
          <mxGeometry height="20" width="60" x="560" y="500" as="geometry" />
        </mxCell>
        <mxCell id="BZ9neWvH9tw47nREzwFn-71" edge="1" parent="1" style="endArrow=classic;html=1;rounded=0;" value="">
          <mxGeometry height="50" relative="1" width="50" as="geometry">
            <mxPoint x="520" y="649.6600000000001" as="sourcePoint" />
            <mxPoint x="560" y="649.6600000000001" as="targetPoint" />
          </mxGeometry>
        </mxCell>
        <mxCell id="BZ9neWvH9tw47nREzwFn-72" parent="1" style="text;html=1;whiteSpace=wrap;strokeColor=none;fillColor=none;align=center;verticalAlign=middle;rounded=0;fontStyle=1" value="HRDATA[31:0]" vertex="1">
          <mxGeometry height="20" width="90" x="560" y="640" as="geometry" />
        </mxCell>
        <mxCell id="BZ9neWvH9tw47nREzwFn-73" parent="1" style="text;html=1;whiteSpace=wrap;strokeColor=none;fillColor=none;align=center;verticalAlign=middle;rounded=0;fontStyle=1" value="&lt;span style=&quot;font-weight: normal;&quot;&gt;Data&lt;/span&gt;" vertex="1">
          <mxGeometry height="20" width="60" x="155" y="640" as="geometry" />
        </mxCell>
        <mxCell id="BZ9neWvH9tw47nREzwFn-74" parent="1" style="text;html=1;whiteSpace=wrap;strokeColor=none;fillColor=none;align=center;verticalAlign=middle;rounded=0;fontStyle=1" value="&lt;span style=&quot;font-weight: normal;&quot;&gt;Data&lt;/span&gt;" vertex="1">
          <mxGeometry height="20" width="50" x="675" y="640" as="geometry" />
        </mxCell>
        <mxCell id="BZ9neWvH9tw47nREzwFn-75" parent="1" style="text;html=1;whiteSpace=wrap;strokeColor=none;fillColor=none;align=center;verticalAlign=middle;rounded=0;fontStyle=1" value="&lt;span style=&quot;font-weight: normal;&quot;&gt;Transfer response&lt;/span&gt;" vertex="1">
          <mxGeometry height="20" width="60" x="670" y="487.5" as="geometry" />
        </mxCell>
        <mxCell id="BZ9neWvH9tw47nREzwFn-76" parent="1" style="shape=curlyBracket;whiteSpace=wrap;html=1;rounded=1;labelPosition=left;verticalLabelPosition=middle;align=right;verticalAlign=middle;rotation=-180;" value="" vertex="1">
          <mxGeometry height="35" width="20" x="640" y="480" as="geometry" />
        </mxCell>
        <mxCell id="BZ9neWvH9tw47nREzwFn-77" parent="1" style="text;html=1;whiteSpace=wrap;strokeColor=none;fillColor=none;align=center;verticalAlign=middle;rounded=0;fontStyle=1" value="&lt;span style=&quot;font-weight: normal;&quot;&gt;Select signal&lt;/span&gt;" vertex="1">
          <mxGeometry height="20" width="90" x="140" y="430" as="geometry" />
        </mxCell>
      </root>
    </mxGraphModel>
  </diagram>
  <diagram id="Hd4ECfvz_bm4RMetZK8C" name="Master Interface">
    <mxGraphModel dx="764" dy="1105" grid="1" gridSize="10" guides="1" tooltips="1" connect="1" arrows="1" fold="1" page="1" pageScale="1" pageWidth="850" pageHeight="1100" math="0" shadow="0">
      <root>
        <mxCell id="0" />
        <mxCell id="1" parent="0" />
      </root>
    </mxGraphModel>
  </diagram>
  <diagram id="AYzUWjTrgIps4r00h7mQ" name="Master FSM">
    <mxGraphModel dx="437" dy="631" grid="1" gridSize="10" guides="1" tooltips="1" connect="1" arrows="1" fold="1" page="1" pageScale="1" pageWidth="850" pageHeight="1100" math="0" shadow="0">
      <root>
        <mxCell id="0" />
        <mxCell id="1" parent="0" />
        <mxCell id="gUlQ52oibdo8bB1fHUDe-6" edge="1" parent="1" source="gUlQ52oibdo8bB1fHUDe-1" style="edgeStyle=orthogonalEdgeStyle;rounded=0;orthogonalLoop=1;jettySize=auto;html=1;exitX=1;exitY=0.5;exitDx=0;exitDy=0;entryX=0;entryY=0.5;entryDx=0;entryDy=0;" target="gUlQ52oibdo8bB1fHUDe-2">
          <mxGeometry relative="1" as="geometry" />
        </mxCell>
        <mxCell id="gUlQ52oibdo8bB1fHUDe-8" edge="1" parent="1" source="gUlQ52oibdo8bB1fHUDe-1" style="edgeStyle=orthogonalEdgeStyle;rounded=0;orthogonalLoop=1;jettySize=auto;html=1;entryX=0.5;entryY=0;entryDx=0;entryDy=0;" target="gUlQ52oibdo8bB1fHUDe-5">
          <mxGeometry relative="1" as="geometry" />
        </mxCell>
        <mxCell id="gUlQ52oibdo8bB1fHUDe-1" parent="1" style="ellipse;whiteSpace=wrap;html=1;" value="IDLE" vertex="1">
          <mxGeometry height="80" width="120" x="200" y="200" as="geometry" />
        </mxCell>
        <mxCell id="gUlQ52oibdo8bB1fHUDe-7" edge="1" parent="1" source="gUlQ52oibdo8bB1fHUDe-2" style="edgeStyle=orthogonalEdgeStyle;rounded=0;orthogonalLoop=1;jettySize=auto;html=1;entryX=0.5;entryY=0;entryDx=0;entryDy=0;" target="gUlQ52oibdo8bB1fHUDe-3">
          <mxGeometry relative="1" as="geometry" />
        </mxCell>
        <mxCell id="gUlQ52oibdo8bB1fHUDe-2" parent="1" style="ellipse;whiteSpace=wrap;html=1;" value="WR_ADDR_PHASE" vertex="1">
          <mxGeometry height="80" width="120" x="440" y="200" as="geometry" />
        </mxCell>
        <mxCell id="gUlQ52oibdo8bB1fHUDe-10" edge="1" parent="1" source="gUlQ52oibdo8bB1fHUDe-3" style="edgeStyle=orthogonalEdgeStyle;rounded=0;orthogonalLoop=1;jettySize=auto;html=1;entryX=0.5;entryY=0;entryDx=0;entryDy=0;" target="gUlQ52oibdo8bB1fHUDe-9">
          <mxGeometry relative="1" as="geometry" />
        </mxCell>
        <mxCell id="8WBKzOnGMAMBHIHuB8Qa-4" edge="1" parent="1" source="gUlQ52oibdo8bB1fHUDe-3" style="edgeStyle=orthogonalEdgeStyle;rounded=0;orthogonalLoop=1;jettySize=auto;html=1;entryX=1;entryY=0.5;entryDx=0;entryDy=0;" target="gUlQ52oibdo8bB1fHUDe-5">
          <mxGeometry relative="1" as="geometry" />
        </mxCell>
        <mxCell id="gUlQ52oibdo8bB1fHUDe-3" parent="1" style="ellipse;whiteSpace=wrap;html=1;" value="WR_DATA_PHASE" vertex="1">
          <mxGeometry height="80" width="120" x="440" y="360" as="geometry" />
        </mxCell>
        <mxCell id="gUlQ52oibdo8bB1fHUDe-11" edge="1" parent="1" source="gUlQ52oibdo8bB1fHUDe-4" style="edgeStyle=orthogonalEdgeStyle;rounded=0;orthogonalLoop=1;jettySize=auto;html=1;entryX=0;entryY=0.5;entryDx=0;entryDy=0;" target="gUlQ52oibdo8bB1fHUDe-9">
          <mxGeometry relative="1" as="geometry" />
        </mxCell>
        <mxCell id="8WBKzOnGMAMBHIHuB8Qa-6" edge="1" parent="1" source="gUlQ52oibdo8bB1fHUDe-4" style="edgeStyle=orthogonalEdgeStyle;rounded=0;orthogonalLoop=1;jettySize=auto;html=1;exitX=0;exitY=0.5;exitDx=0;exitDy=0;entryX=0;entryY=0.5;entryDx=0;entryDy=0;" target="gUlQ52oibdo8bB1fHUDe-1">
          <mxGeometry relative="1" as="geometry">
            <Array as="points">
              <mxPoint x="160.03" y="560.03" />
              <mxPoint x="160.03" y="240.03" />
            </Array>
          </mxGeometry>
        </mxCell>
        <mxCell id="gUlQ52oibdo8bB1fHUDe-4" parent="1" style="ellipse;whiteSpace=wrap;html=1;" value="RD_DATA_PHASE" vertex="1">
          <mxGeometry height="80" width="120" x="200" y="520" as="geometry" />
        </mxCell>
        <mxCell id="8WBKzOnGMAMBHIHuB8Qa-3" edge="1" parent="1" source="gUlQ52oibdo8bB1fHUDe-5" style="edgeStyle=orthogonalEdgeStyle;rounded=0;orthogonalLoop=1;jettySize=auto;html=1;" target="gUlQ52oibdo8bB1fHUDe-4" value="">
          <mxGeometry relative="1" as="geometry" />
        </mxCell>
        <mxCell id="gUlQ52oibdo8bB1fHUDe-5" parent="1" style="ellipse;whiteSpace=wrap;html=1;" value="RD_ADDR_PHASE" vertex="1">
          <mxGeometry height="80" width="120" x="200" y="360" as="geometry" />
        </mxCell>
        <mxCell id="gUlQ52oibdo8bB1fHUDe-9" parent="1" style="ellipse;whiteSpace=wrap;html=1;" value="WAIT_STATE" vertex="1">
          <mxGeometry height="80" width="120" x="440" y="520" as="geometry" />
        </mxCell>
        <mxCell id="8WBKzOnGMAMBHIHuB8Qa-1" edge="1" parent="1" source="gUlQ52oibdo8bB1fHUDe-5" style="endArrow=classic;html=1;rounded=0;entryX=0;entryY=0;entryDx=0;entryDy=0;exitX=1;exitY=1;exitDx=0;exitDy=0;" target="gUlQ52oibdo8bB1fHUDe-9" value="">
          <mxGeometry height="50" relative="1" width="50" as="geometry">
            <mxPoint x="350" y="490" as="sourcePoint" />
            <mxPoint x="400" y="440" as="targetPoint" />
          </mxGeometry>
        </mxCell>
        <mxCell id="8WBKzOnGMAMBHIHuB8Qa-5" edge="1" parent="1" source="gUlQ52oibdo8bB1fHUDe-3" style="endArrow=classic;html=1;rounded=0;exitX=0;exitY=0;exitDx=0;exitDy=0;entryX=1;entryY=1;entryDx=0;entryDy=0;" target="gUlQ52oibdo8bB1fHUDe-1" value="">
          <mxGeometry height="50" relative="1" width="50" as="geometry">
            <mxPoint x="370" y="340" as="sourcePoint" />
            <mxPoint x="420" y="290" as="targetPoint" />
          </mxGeometry>
        </mxCell>
      </root>
    </mxGraphModel>
  </diagram>
</mxfile>
